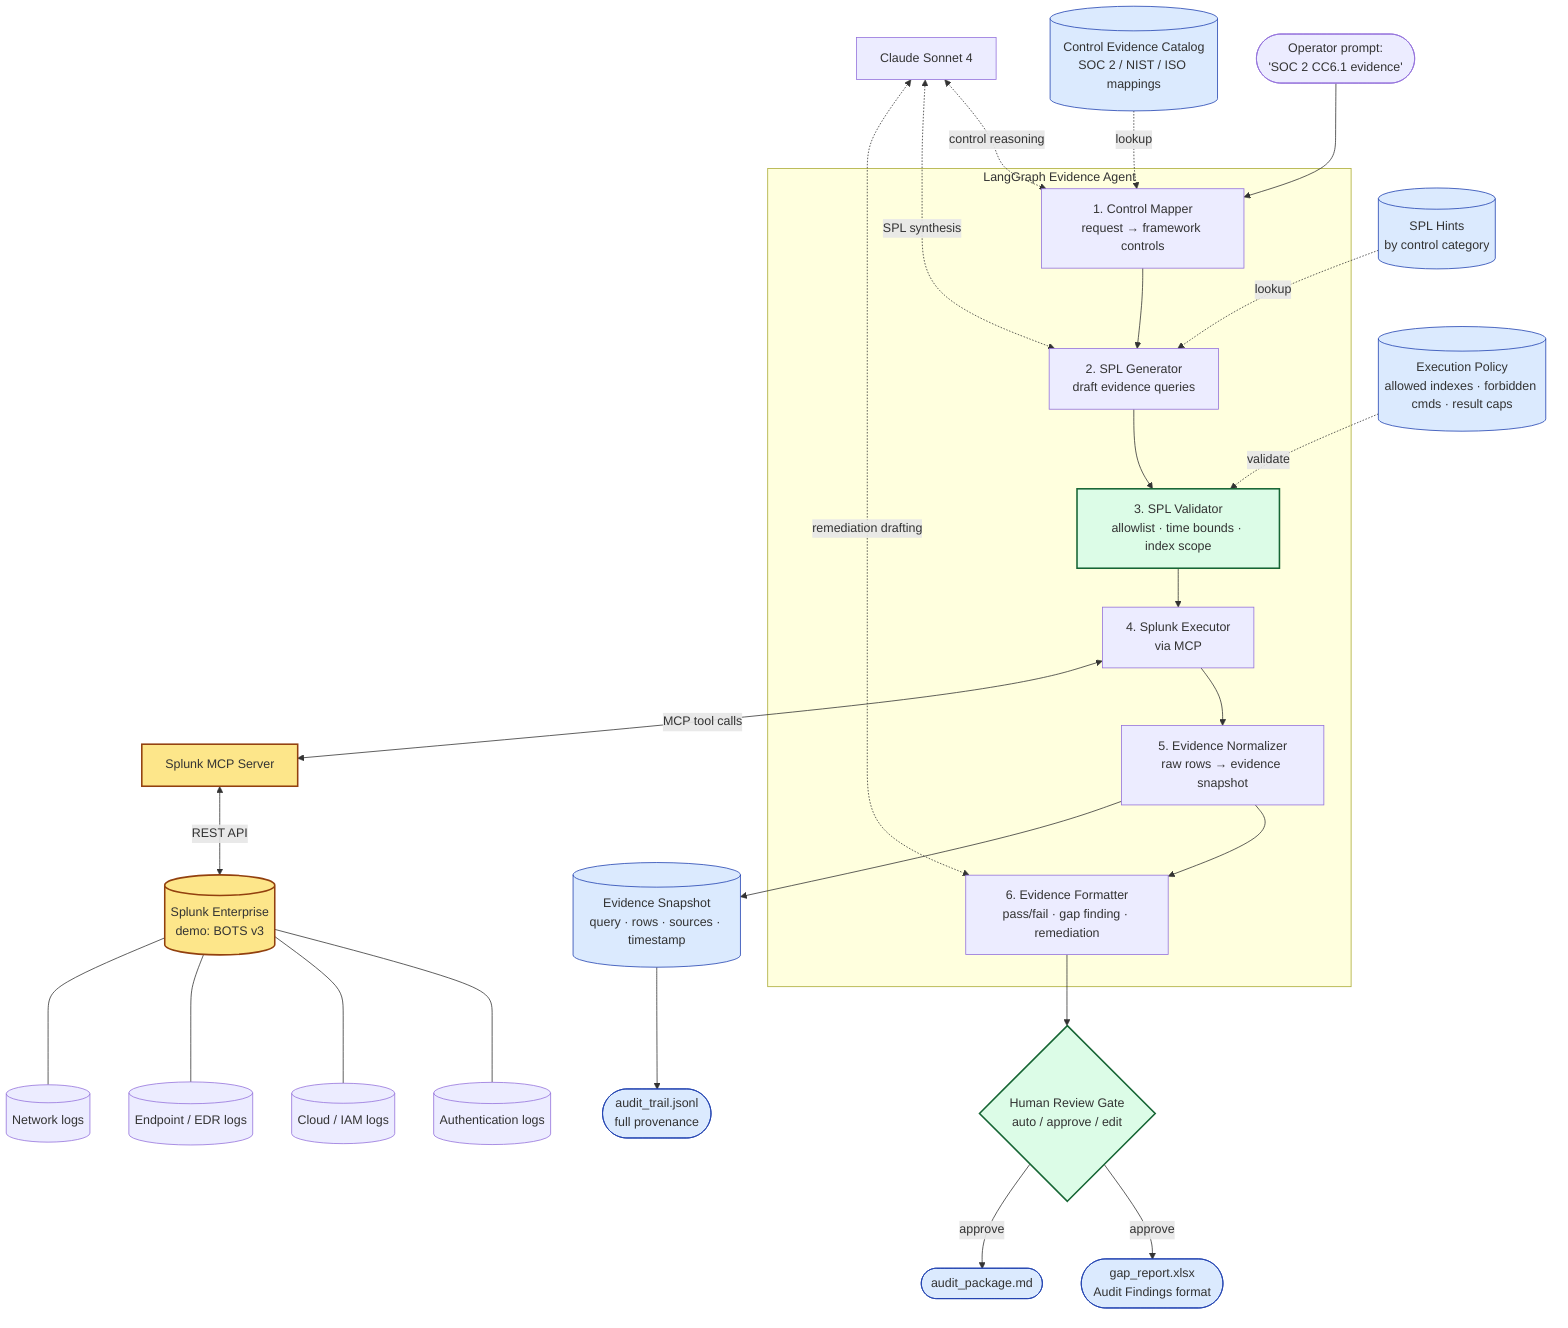
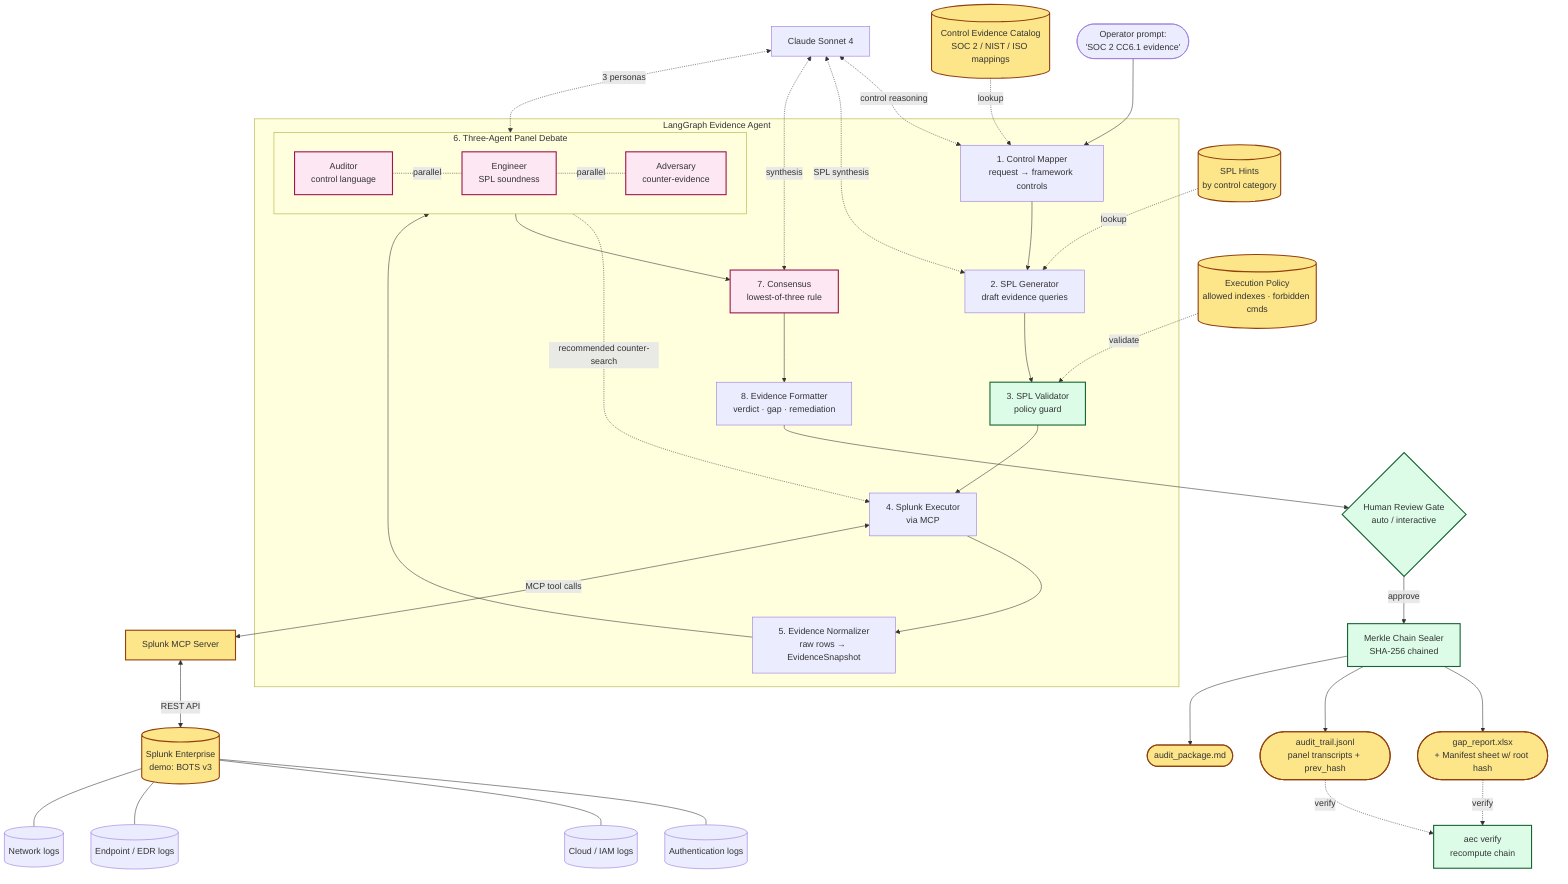
flowchart TD
    O([Operator prompt:<br/>'SOC 2 CC6.1 evidence']) --> CM

    subgraph Agent[LangGraph Evidence Agent]
        CM[1. Control Mapper<br/>request → framework controls] --> SG[2. SPL Generator<br/>draft evidence queries]
-         SG --> SV[3. SPL Validator<br/>allowlist · time bounds · index scope]
+         SG --> SV[3. SPL Validator<br/>policy guard]
        SV --> SE[4. Splunk Executor<br/>via MCP]
-         SE --> EN[5. Evidence Normalizer<br/>raw rows → evidence snapshot]
-         EN --> FM[6. Evidence Formatter<br/>pass/fail · gap finding · remediation]
+         SE --> EN[5. Evidence Normalizer<br/>raw rows → EvidenceSnapshot]
+ 
+         EN --> PANEL
+ 
+         subgraph PANEL[6. Three-Agent Panel Debate]
+             direction LR
+             AUD[Auditor<br/>control language] -.parallel.- ENG[Engineer<br/>SPL soundness]
+             ENG -.parallel.- ADV[Adversary<br/>counter-evidence]
+         end
+ 
+         PANEL --> CON[7. Consensus<br/>lowest-of-three rule]
+         CON --> FM[8. Evidence Formatter<br/>verdict · gap · remediation]
    end

    CAT[(Control Evidence Catalog<br/>SOC 2 / NIST / ISO mappings)] -.lookup.-> CM
    HINT[(SPL Hints<br/>by control category)] -.lookup.-> SG
-     POLICY[(Execution Policy<br/>allowed indexes · forbidden cmds · result caps)] -.validate.-> SV
+     POLICY[(Execution Policy<br/>allowed indexes · forbidden cmds)] -.validate.-> SV

    SE <-->|MCP tool calls| MCP[Splunk MCP Server]
    MCP <-->|REST API| SPL[(Splunk Enterprise<br/>demo: BOTS v3)]
- 
    SPL --- AUTH[(Authentication logs)]
    SPL --- CLOUD[(Cloud / IAM logs)]
    SPL --- EDR[(Endpoint / EDR logs)]
    SPL --- NET[(Network logs)]

-     FM --> REVIEW{Human Review Gate<br/>auto / approve / edit}
-     REVIEW -->|approve| OUT([gap_report.xlsx<br/>Audit Findings format])
-     REVIEW -->|approve| MD([audit_package.md])
-     EN --> RAW[(Evidence Snapshot<br/>query · rows · sources · timestamp)]
-     RAW --> LOG([audit_trail.jsonl<br/>full provenance])
+     ADV -.recommended counter-search.-> SE
+ 
+     FM --> REVIEW{Human Review Gate<br/>auto / interactive}
+     REVIEW -->|approve| MERKLE[Merkle Chain Sealer<br/>SHA-256 chained]
+     MERKLE --> OUT([gap_report.xlsx<br/>+ Manifest sheet w/ root hash])
+     MERKLE --> LOG([audit_trail.jsonl<br/>panel transcripts + prev_hash])
+     MERKLE --> MD([audit_package.md])
+ 
+     LOG -.verify.-> VER[aec verify<br/>recompute chain]
+     OUT -.verify.-> VER

    LLM[Claude Sonnet 4] <-.control reasoning.-> CM
    LLM <-.SPL synthesis.-> SG
-     LLM <-.remediation drafting.-> FM
+     LLM <-.3 personas.-> PANEL
+     LLM <-.synthesis.-> CON

    classDef accent fill:#fde68a,stroke:#92400e,stroke-width:2px;
    classDef data fill:#dbeafe,stroke:#1e40af;
    classDef guard fill:#dcfce7,stroke:#166534,stroke-width:2px;
+     classDef panel fill:#fce7f3,stroke:#9d174d,stroke-width:2px;
    class MCP,SPL accent
-     class CAT,HINT,POLICY,RAW,OUT,LOG,MD data
-     class SV,REVIEW guard
+     class CAT,HINT,POLICY,OUT,LOG,MD accent
+     class SV,REVIEW,MERKLE,VER guard
+     class AUD,ENG,ADV,CON panel
